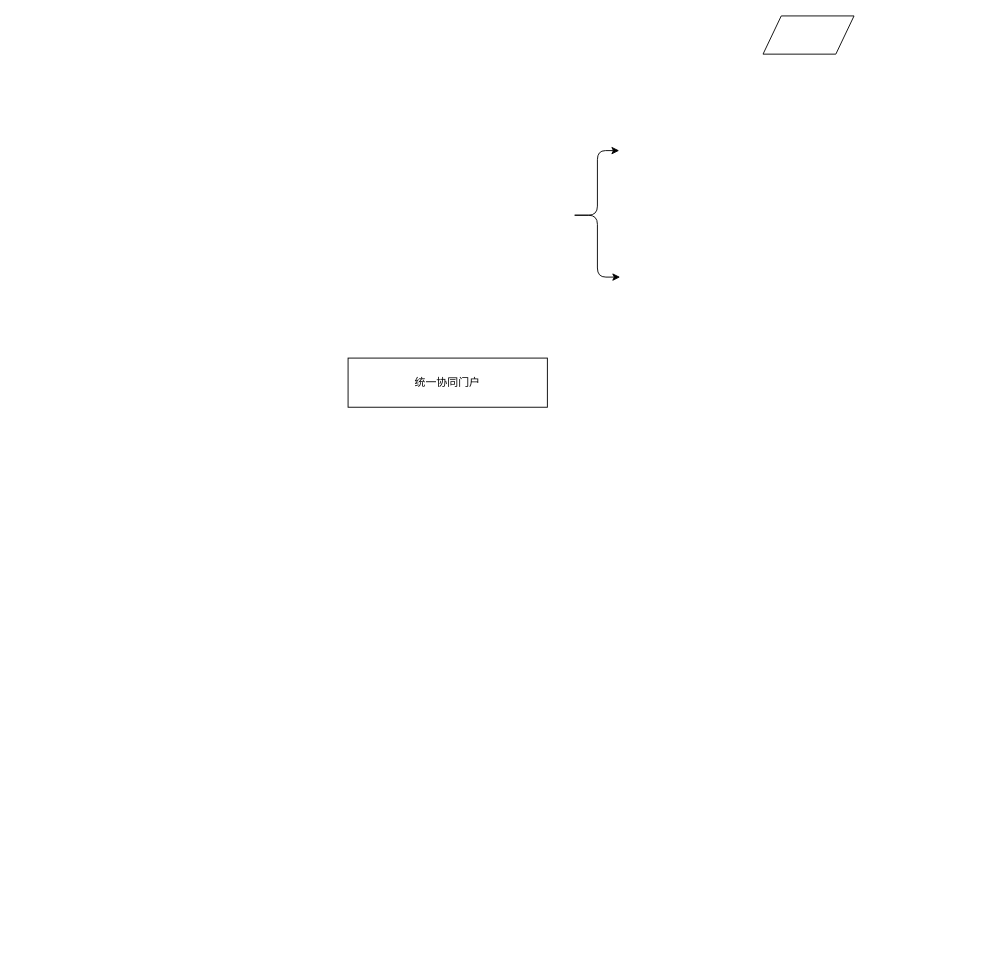
This is page "第 3 页" (3 of 3) of 未命名绘图.drawio from fsdeny/HealthApp, a draw.io file, before an edit. Source tidied: cells renumbered, new cells numbered last; positions are measured from the earlier drawing's top-left corner, leaving out a move shared by most shapes. Both pictures are drawn from the tidied source at 91%, with x=0, y=0 at pixel (348, 15).
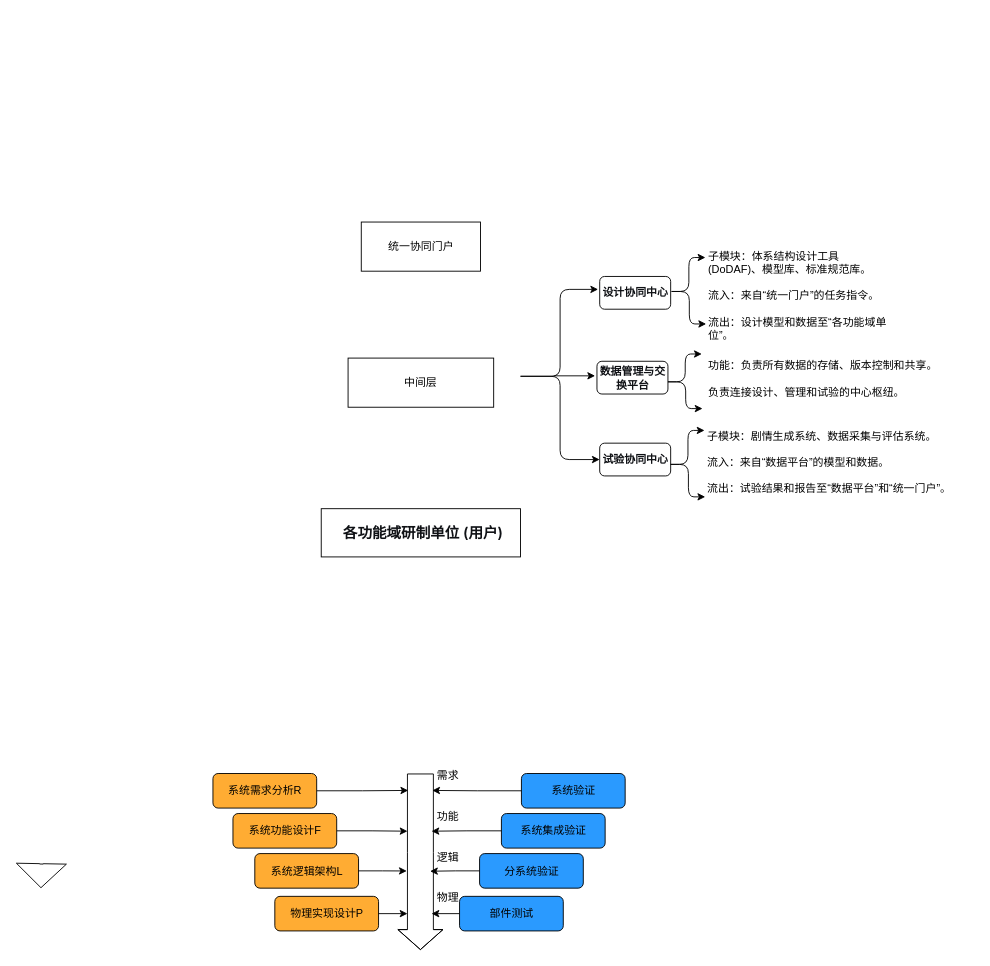
After the change.

Commit message:
更新未命名绘图.drawio

What changed in the source:
```diff
@@
-    <mxCell id="2" value="统一协同门户" style="whiteSpace=wrap;html=1;" parent="1" vertex="1">
-      <mxGeometry y="376" width="219" height="54" as="geometry" />
+    <mxCell id="2" value="中间层" style="whiteSpace=wrap;html=1;" parent="1" vertex="1">
+      <mxGeometry y="376" width="160" height="54" as="geometry" />
     </mxCell>
-    <mxCell id="3" style="shape=parallelogram;perimeter=parallelogramPerimeter;whiteSpace=wrap;html=1;fixedSize=1;" parent="1" vertex="1">
-      <mxGeometry x="456" width="100" height="42" as="geometry" />
-    </mxCell>
+    <mxCell id="6" style="group;" parent="1" vertex="1">
+      <mxGeometry x="189.5" y="300.5" width="87" height="187" as="geometry" />
+    </mxCell>
-    <mxCell id="4" style="edgeStyle=elbowEdgeStyle;elbow=horizontal;html=1;rounded=1;curved=0;sourcePerimeterSpacing=0;targetPerimeterSpacing=0;startSize=6;endSize=6;" parent="1" edge="1">
+    <mxCell id="4" style="edgeStyle=elbowEdgeStyle;elbow=horizontal;html=1;rounded=1;curved=0;sourcePerimeterSpacing=0;targetPerimeterSpacing=0;startSize=6;endSize=6;" parent="6" edge="1">
       <mxGeometry relative="1" as="geometry">
-        <mxPoint x="249" y="219" as="sourcePoint" />
-        <mxPoint x="298" y="148" as="targetPoint" />
+        <mxPoint y="95.5" as="sourcePoint" />
+        <mxPoint x="85.3" as="targetPoint" />
         <Array as="points">
-          <mxPoint x="274" y="167" />
+          <mxPoint x="43.5" y="25.6" />
         </Array>
       </mxGeometry>
     </mxCell>
-    <mxCell id="5" style="edgeStyle=elbowEdgeStyle;elbow=horizontal;html=1;rounded=1;curved=0;sourcePerimeterSpacing=0;targetPerimeterSpacing=0;startSize=6;endSize=6;" parent="1" edge="1">
+    <mxCell id="5" style="edgeStyle=elbowEdgeStyle;elbow=horizontal;html=1;rounded=1;curved=0;sourcePerimeterSpacing=0;targetPerimeterSpacing=0;startSize=6;endSize=6;" parent="6" edge="1">
       <mxGeometry relative="1" as="geometry">
-        <mxPoint x="249" y="219" as="sourcePoint" />
-        <mxPoint x="299" y="287" as="targetPoint" />
+        <mxPoint y="95.5" as="sourcePoint" />
+        <mxPoint x="87" y="187" as="targetPoint" />
       </mxGeometry>
     </mxCell>
+    <mxCell id="7" style="endArrow=classic;html=1;rounded=0;" parent="6" edge="1">
+      <mxGeometry relative="1" as="geometry">
+        <mxPoint x="37" y="95" as="sourcePoint" />
+        <mxPoint x="82" y="95" as="targetPoint" />
+      </mxGeometry>
+    </mxCell>
+    <mxCell id="8" style="shape=flexArrow;endArrow=classic;html=1;rounded=0;endWidth=50;endSize=8.47;width=4;" parent="1" edge="1">
+      <mxGeometry relative="1" as="geometry">
+        <mxPoint x="-337" y="931.5" as="sourcePoint" />
+        <mxPoint x="-337.5" y="958.5" as="targetPoint" />
+      </mxGeometry>
+    </mxCell>
+    <mxCell id="9" style="group;" parent="1" vertex="1">
+      <mxGeometry x="122.5" y="832.5" width="182" height="173" as="geometry" />
+    </mxCell>
+    <mxCell id="10" value="系统验证" style="rounded=1;whiteSpace=wrap;html=1;fillColor=#2A9AFF;" parent="9" vertex="1">
+      <mxGeometry x="68" width="114" height="38" as="geometry" />
+    </mxCell>
+    <mxCell id="11" value="部件测试" style="rounded=1;whiteSpace=wrap;html=1;fillColor=#2A9AFF;" parent="9" vertex="1">
+      <mxGeometry y="135" width="114" height="38" as="geometry" />
+    </mxCell>
+    <mxCell id="12" value="分系统验证" style="rounded=1;whiteSpace=wrap;html=1;fillColor=#2A9AFF;" parent="9" vertex="1">
+      <mxGeometry x="22" y="88" width="114" height="38" as="geometry" />
+    </mxCell>
+    <mxCell id="13" value="系统集成验证" style="rounded=1;whiteSpace=wrap;html=1;fillColor=#2A9AFF;" parent="9" vertex="1">
+      <mxGeometry x="46" y="44" width="114" height="38" as="geometry" />
+    </mxCell>
+    <mxCell id="14" style="group;" parent="1" vertex="1">
+      <mxGeometry x="-148.5" y="819.5" width="288" height="186" as="geometry" />
+    </mxCell>
+    <mxCell id="15" style="edgeStyle=orthogonalEdgeStyle;rounded=0;jettySize=auto;html=1;exitX=1;exitY=0.5;exitDx=0;exitDy=0;entryX=0.059;entryY=0.094;entryDx=0;entryDy=0;entryPerimeter=0;" parent="14" edge="1" source="16">
+      <mxGeometry relative="1" as="geometry">
+        <mxPoint x="214.6" y="31.6" as="targetPoint" />
+      </mxGeometry>
+    </mxCell>
+    <mxCell id="16" value="系统需求分析R" style="rounded=1;whiteSpace=wrap;html=1;fillColor=#FFAC33;" parent="14" vertex="1">
+      <mxGeometry y="13" width="114" height="38" as="geometry" />
+    </mxCell>
+    <mxCell id="17" value="物理实现设计P" style="rounded=1;whiteSpace=wrap;html=1;fillColor=#FFAC33;" parent="14" vertex="1">
+      <mxGeometry x="68" y="148" width="114" height="38" as="geometry" />
+    </mxCell>
+    <mxCell id="18" value="系统逻辑架构L" style="rounded=1;whiteSpace=wrap;html=1;fillColor=#FFAC33;" parent="14" vertex="1">
+      <mxGeometry x="46" y="101" width="114" height="38" as="geometry" />
+    </mxCell>
+    <mxCell id="19" style="edgeStyle=orthogonalEdgeStyle;rounded=0;jettySize=auto;html=1;exitX=1;exitY=0.5;exitDx=0;exitDy=0;entryX=0.03;entryY=0.364;entryDx=0;entryDy=0;entryPerimeter=0;" parent="14" edge="1" source="20">
+      <mxGeometry relative="1" as="geometry">
+        <mxPoint x="213.8" y="76.4" as="targetPoint" />
+      </mxGeometry>
+    </mxCell>
+    <mxCell id="20" value="系统功能设计F" style="rounded=1;whiteSpace=wrap;html=1;fillColor=#FFAC33;" parent="14" vertex="1">
+      <mxGeometry x="22" y="57" width="114" height="38" as="geometry" />
+    </mxCell>
+    <mxCell id="21" style="edgeStyle=orthogonalEdgeStyle;rounded=0;jettySize=auto;html=1;exitX=1;exitY=0.5;exitDx=0;exitDy=0;entryX=0;entryY=0.627;entryDx=0;entryDy=0;entryPerimeter=0;" parent="14" edge="1" source="18">
+      <mxGeometry relative="1" as="geometry">
+        <mxPoint x="213" y="120.1" as="targetPoint" />
+      </mxGeometry>
+    </mxCell>
+    <mxCell id="22" style="edgeStyle=orthogonalEdgeStyle;rounded=0;jettySize=auto;html=1;exitX=1;exitY=0.5;exitDx=0;exitDy=0;entryX=0.03;entryY=0.908;entryDx=0;entryDy=0;entryPerimeter=0;" parent="14" edge="1" source="17">
+      <mxGeometry relative="1" as="geometry">
+        <mxPoint x="213.8" y="166.7" as="targetPoint" />
+      </mxGeometry>
+    </mxCell>
+    <mxCell id="23" value="物理" style="text;html=1;whiteSpace=wrap;strokeColor=none;fillColor=none;align=center;verticalAlign=middle;rounded=0;" parent="14" vertex="1">
+      <mxGeometry x="228" y="134" width="60" height="30" as="geometry" />
+    </mxCell>
+    <mxCell id="24" value="逻辑" style="text;html=1;whiteSpace=wrap;strokeColor=none;fillColor=none;align=center;verticalAlign=middle;rounded=0;" parent="14" vertex="1">
+      <mxGeometry x="228" y="90" width="60" height="30" as="geometry" />
+    </mxCell>
+    <mxCell id="25" value="功能" style="text;html=1;whiteSpace=wrap;strokeColor=none;fillColor=none;align=center;verticalAlign=middle;rounded=0;" parent="14" vertex="1">
+      <mxGeometry x="228" y="45" width="60" height="30" as="geometry" />
+    </mxCell>
+    <mxCell id="26" value="需求" style="text;html=1;whiteSpace=wrap;strokeColor=none;fillColor=none;align=center;verticalAlign=middle;rounded=0;" parent="14" vertex="1">
+      <mxGeometry x="228" width="60" height="30" as="geometry" />
+    </mxCell>
+    <mxCell id="27" style="shape=flexArrow;endArrow=classic;html=1;rounded=0;exitX=0;exitY=0.5;exitDx=0;exitDy=0;width=28.505747126436784;endSize=6.988505747126437;" parent="14" edge="1">
+      <mxGeometry relative="1" as="geometry">
+        <mxPoint x="228" y="13" as="sourcePoint" />
+        <mxPoint x="228" y="207" as="targetPoint" />
+        <Array as="points">
+          <mxPoint x="228" y="100" />
+        </Array>
+      </mxGeometry>
+    </mxCell>
+    <mxCell id="28" style="edgeStyle=orthogonalEdgeStyle;rounded=0;jettySize=auto;html=1;exitX=0;exitY=0.5;exitDx=0;exitDy=0;entryX=1.037;entryY=0.094;entryDx=0;entryDy=0;entryPerimeter=0;" parent="1" edge="1" source="10">
+      <mxGeometry relative="1" as="geometry">
+        <mxPoint x="92.5" y="851.1" as="targetPoint" />
+      </mxGeometry>
+    </mxCell>
+    <mxCell id="29" style="edgeStyle=orthogonalEdgeStyle;rounded=0;jettySize=auto;html=1;exitX=0;exitY=0.5;exitDx=0;exitDy=0;entryX=1.007;entryY=0.364;entryDx=0;entryDy=0;entryPerimeter=0;" parent="1" edge="1" source="13">
+      <mxGeometry relative="1" as="geometry">
+        <mxPoint x="91.7" y="895.9" as="targetPoint" />
+      </mxGeometry>
+    </mxCell>
+    <mxCell id="30" style="edgeStyle=orthogonalEdgeStyle;rounded=0;jettySize=auto;html=1;exitX=0;exitY=0.5;exitDx=0;exitDy=0;entryX=0.948;entryY=0.629;entryDx=0;entryDy=0;entryPerimeter=0;" parent="1" edge="1" source="12">
+      <mxGeometry relative="1" as="geometry">
+        <mxPoint x="90.1" y="939.9" as="targetPoint" />
+      </mxGeometry>
+    </mxCell>
+    <mxCell id="31" style="edgeStyle=orthogonalEdgeStyle;rounded=0;jettySize=auto;html=1;exitX=0;exitY=0.5;exitDx=0;exitDy=0;entryX=1.007;entryY=0.913;entryDx=0;entryDy=0;entryPerimeter=0;" parent="1" edge="1" source="11">
+      <mxGeometry relative="1" as="geometry">
+        <mxPoint x="91.7" y="987.1" as="targetPoint" />
+      </mxGeometry>
+    </mxCell>
+    <mxCell id="32" value="统一协同门户" style="whiteSpace=wrap;html=1;" parent="1" vertex="1">
+      <mxGeometry x="14.5" y="226.5" width="131" height="54" as="geometry" />
+    </mxCell>
+    <mxCell id="33" value="&lt;span style=&quot;font-weight: 600; color: rgb(15, 17, 21); font-family: quote-cjk-patch, Inter, system-ui, -apple-system, BlinkMacSystemFont, &amp;quot;Segoe UI&amp;quot;, Roboto, Oxygen, Ubuntu, Cantarell, &amp;quot;Open Sans&amp;quot;, &amp;quot;Helvetica Neue&amp;quot;, sans-serif; text-align: start; background-color: rgb(255, 255, 255);&quot;&gt;&lt;font style=&quot;font-size: 12px;&quot;&gt;设计协同中心&lt;/font&gt;&lt;/span&gt;" style="rounded=1;whiteSpace=wrap;html=1;" parent="1" vertex="1">
+      <mxGeometry x="276.5" y="286.3" width="78" height="36" as="geometry" />
+    </mxCell>
+    <mxCell id="34" value="&lt;span style=&quot;font-weight: 600; color: rgb(15, 17, 21); font-family: quote-cjk-patch, Inter, system-ui, -apple-system, BlinkMacSystemFont, &amp;quot;Segoe UI&amp;quot;, Roboto, Oxygen, Ubuntu, Cantarell, &amp;quot;Open Sans&amp;quot;, &amp;quot;Helvetica Neue&amp;quot;, sans-serif; text-align: start; background-color: rgb(255, 255, 255);&quot;&gt;&lt;font style=&quot;font-size: 12px;&quot;&gt;试验协同中心&lt;/font&gt;&lt;/span&gt;" style="rounded=1;whiteSpace=wrap;html=1;" parent="1" vertex="1">
+      <mxGeometry x="276.5" y="469.5" width="78" height="36" as="geometry" />
+    </mxCell>
+    <mxCell id="35" value="&lt;span style=&quot;font-weight: 600; color: rgb(15, 17, 21); font-family: quote-cjk-patch, Inter, system-ui, -apple-system, BlinkMacSystemFont, &amp;quot;Segoe UI&amp;quot;, Roboto, Oxygen, Ubuntu, Cantarell, &amp;quot;Open Sans&amp;quot;, &amp;quot;Helvetica Neue&amp;quot;, sans-serif; text-align: start; background-color: rgb(255, 255, 255);&quot;&gt;&lt;font style=&quot;font-size: 12px;&quot;&gt;数据管理与交换平台&lt;/font&gt;&lt;/span&gt;" style="rounded=1;whiteSpace=wrap;html=1;" parent="1" vertex="1">
+      <mxGeometry x="273.5" y="379.5" width="78" height="36" as="geometry" />
+    </mxCell>
+    <mxCell id="36" value="子模块：体系结构设计工具 (DoDAF)、模型库、标准规范库。 &#10; &#10;流入：来自“统一门户”的任务指令。 &#10; &#10;流出：设计模型和数据至“各功能域单位”。" style="text;whiteSpace=wrap;html=1;" parent="1" vertex="1">
+      <mxGeometry x="393.5" y="250.5" width="206.5" height="68.8" as="geometry" />
+    </mxCell>
+    <mxCell id="37" value="功能：负责所有数据的存储、版本控制和共享。&lt;br/&gt;&lt;br&gt;负责连接设计、管理和试验的中心枢纽。" style="text;whiteSpace=wrap;html=1;" parent="1" vertex="1">
+      <mxGeometry x="393.5" y="370.5" width="280" height="65" as="geometry" />
+    </mxCell>
+    <mxCell id="38" value="子模块：剧情生成系统、数据采集与评估系统。 &#10; &#10;流入：来自“数据平台”的模型和数据。 &#10; &#10;流出：试验结果和报告至“数据平台”和“统一门户”。" style="text;whiteSpace=wrap;html=1;" parent="1" vertex="1">
+      <mxGeometry x="392.5" y="447.5" width="296" height="94" as="geometry" />
+    </mxCell>
+    <mxCell id="39" style="group;" parent="1" vertex="1">
+      <mxGeometry x="354.5" y="455.5" width="38" height="73" as="geometry" />
+    </mxCell>
+    <mxCell id="40" style="edgeStyle=elbowEdgeStyle;elbow=horizontal;html=1;rounded=1;curved=0;sourcePerimeterSpacing=0;targetPerimeterSpacing=0;startSize=6;endSize=6;" parent="39" edge="1">
+      <mxGeometry relative="1" as="geometry">
+        <mxPoint y="37.3" as="sourcePoint" />
+        <mxPoint x="37.2" as="targetPoint" />
+        <Array as="points">
+          <mxPoint x="19" y="10" />
+        </Array>
+      </mxGeometry>
+    </mxCell>
+    <mxCell id="41" style="edgeStyle=elbowEdgeStyle;elbow=horizontal;html=1;rounded=1;curved=0;sourcePerimeterSpacing=0;targetPerimeterSpacing=0;startSize=6;endSize=6;" parent="39" edge="1">
+      <mxGeometry relative="1" as="geometry">
+        <mxPoint y="37.3" as="sourcePoint" />
+        <mxPoint x="38" y="73" as="targetPoint" />
+      </mxGeometry>
+    </mxCell>
+    <mxCell id="42" style="group;" parent="1" vertex="1">
+      <mxGeometry x="351.5" y="371.5" width="38" height="60" as="geometry" />
+    </mxCell>
+    <mxCell id="43" style="edgeStyle=elbowEdgeStyle;elbow=horizontal;html=1;rounded=1;curved=0;sourcePerimeterSpacing=0;targetPerimeterSpacing=0;startSize=6;endSize=6;" parent="42" edge="1">
+      <mxGeometry relative="1" as="geometry">
+        <mxPoint y="30.6" as="sourcePoint" />
+        <mxPoint x="37.2" as="targetPoint" />
+        <Array as="points">
+          <mxPoint x="19" y="8.2" />
+        </Array>
+      </mxGeometry>
+    </mxCell>
+    <mxCell id="44" style="edgeStyle=elbowEdgeStyle;elbow=horizontal;html=1;rounded=1;curved=0;sourcePerimeterSpacing=0;targetPerimeterSpacing=0;startSize=6;endSize=6;" parent="42" edge="1">
+      <mxGeometry relative="1" as="geometry">
+        <mxPoint y="30.6" as="sourcePoint" />
+        <mxPoint x="38" y="60" as="targetPoint" />
+      </mxGeometry>
+    </mxCell>
+    <mxCell id="45" style="group;" parent="1" vertex="1">
+      <mxGeometry x="355.5" y="265.5" width="38" height="73" as="geometry" />
+    </mxCell>
+    <mxCell id="46" style="edgeStyle=elbowEdgeStyle;elbow=horizontal;html=1;rounded=1;curved=0;sourcePerimeterSpacing=0;targetPerimeterSpacing=0;startSize=6;endSize=6;" parent="45" edge="1">
+      <mxGeometry relative="1" as="geometry">
+        <mxPoint y="37.3" as="sourcePoint" />
+        <mxPoint x="37.2" as="targetPoint" />
+        <Array as="points">
+          <mxPoint x="19" y="10" />
+        </Array>
+      </mxGeometry>
+    </mxCell>
+    <mxCell id="47" style="edgeStyle=elbowEdgeStyle;elbow=horizontal;html=1;rounded=1;curved=0;sourcePerimeterSpacing=0;targetPerimeterSpacing=0;startSize=6;endSize=6;" parent="45" edge="1">
+      <mxGeometry relative="1" as="geometry">
+        <mxPoint y="37.3" as="sourcePoint" />
+        <mxPoint x="38" y="73" as="targetPoint" />
+      </mxGeometry>
+    </mxCell>
+    <mxCell id="48" value="&lt;span style=&quot;color: rgb(15, 17, 21); font-family: quote-cjk-patch, Inter, system-ui, -apple-system, BlinkMacSystemFont, &amp;quot;Segoe UI&amp;quot;, Roboto, Oxygen, Ubuntu, Cantarell, &amp;quot;Open Sans&amp;quot;, &amp;quot;Helvetica Neue&amp;quot;, sans-serif; font-size: 16px; text-align: start; background-color: rgb(255, 255, 255);&quot;&gt;&amp;nbsp;&lt;/span&gt;&lt;span style=&quot;font-weight: 600; color: rgb(15, 17, 21); font-family: quote-cjk-patch, Inter, system-ui, -apple-system, BlinkMacSystemFont, &amp;quot;Segoe UI&amp;quot;, Roboto, Oxygen, Ubuntu, Cantarell, &amp;quot;Open Sans&amp;quot;, &amp;quot;Helvetica Neue&amp;quot;, sans-serif; font-size: 16px; text-align: start; background-color: rgb(255, 255, 255);&quot;&gt;各功能域研制单位 (用户)&lt;/span&gt;" style="whiteSpace=wrap;html=1;" parent="1" vertex="1">
+      <mxGeometry x="-29.5" y="541.5" width="219" height="53" as="geometry" />
+    </mxCell>
```
